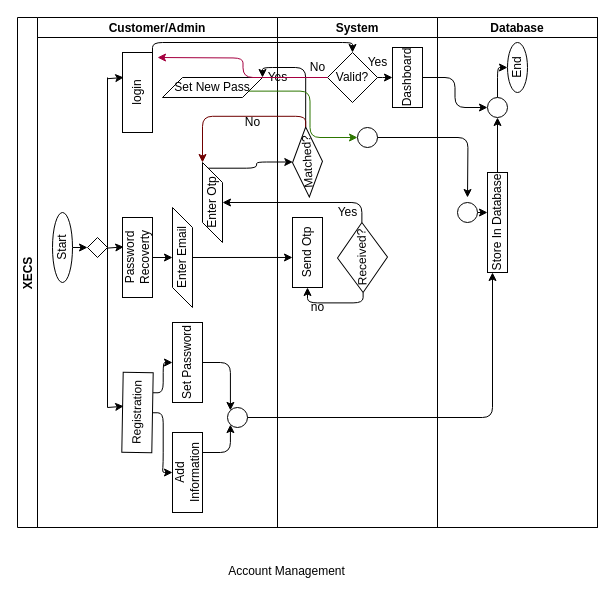
fiercePanda007/SPL2-EcommerceWebApp keeps this draw.io diagram as Software-Requirement-Specification/Swimlane-Diagrams/Level-1.1.drawio. Above is the earlier version. Source tidied: cells renumbered, new cells numbered last; positions are measured from the earlier drawing's top-left corner, leaving out a move shared by most shapes. Both pictures are drawn from the tidied source at 100%, with x=0, y=0 at pixel (17, 17).
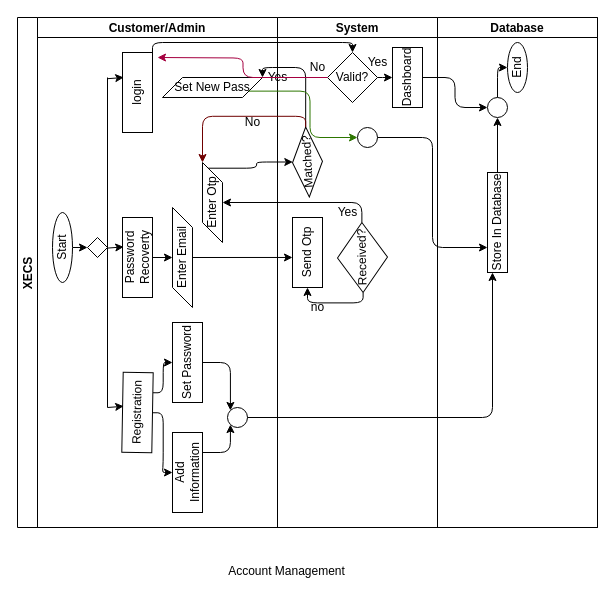
After the change.

Commit message:
Just a simple edit

Unchanged cells that the change refers to:
```xml
<mxCell id="2" style="group;" parent="1" vertex="1">
  <mxGeometry width="580" height="510" as="geometry" />
</mxCell>
<mxCell id="3" value="XECS" style="swimlane;startSize=20;horizontal=0;" parent="2" vertex="1">
  <mxGeometry width="580" height="510" as="geometry" />
</mxCell>
<mxCell id="37" style="ellipse;whiteSpace=wrap;html=1;" parent="27" vertex="1">
  <mxGeometry x="80" y="110" width="20" height="20" as="geometry" />
</mxCell>
<mxCell id="39" value="Database" style="swimlane;startSize=20;" parent="3" vertex="1">
  <mxGeometry x="420" width="160" height="510" as="geometry" />
</mxCell>
<mxCell id="43" value="Store In Database" style="rounded=0;whiteSpace=wrap;html=1;rotation=-90;" parent="39" vertex="1">
  <mxGeometry x="10" y="195" width="100" height="20" as="geometry" />
</mxCell>
```

Diff of the diagram source:
```diff
@@
-    <mxCell id="40" style="edgeStyle=orthogonalEdgeStyle;html=1;exitX=1;exitY=0.5;exitDx=0;exitDy=0;entryX=0.599;entryY=0;entryDx=0;entryDy=0;entryPerimeter=0;endArrow=classic;endFill=1;" parent="39" edge="1" source="41" target="43">
-      <mxGeometry relative="1" as="geometry" />
-    </mxCell>
-    <mxCell id="41" style="ellipse;whiteSpace=wrap;html=1;" parent="39" vertex="1">
-      <mxGeometry x="20" y="185" width="20" height="20" as="geometry" />
-    </mxCell>
@@
+    <mxCell id="61" style="edgeStyle=orthogonalEdgeStyle;html=1;exitX=1;exitY=0.5;exitDx=0;exitDy=0;entryX=0.25;entryY=0;entryDx=0;entryDy=0;" parent="3" edge="1" source="37" target="43">
+      <mxGeometry relative="1" as="geometry" />
+    </mxCell>
@@
-    <mxCell id="59" style="edgeStyle=orthogonalEdgeStyle;html=1;exitX=1;exitY=0.5;exitDx=0;exitDy=0;endArrow=classic;endFill=1;" parent="2" edge="1" source="37">
-      <mxGeometry relative="1" as="geometry">
-        <mxPoint x="450" y="180" as="targetPoint" />
-      </mxGeometry>
-    </mxCell>
```
